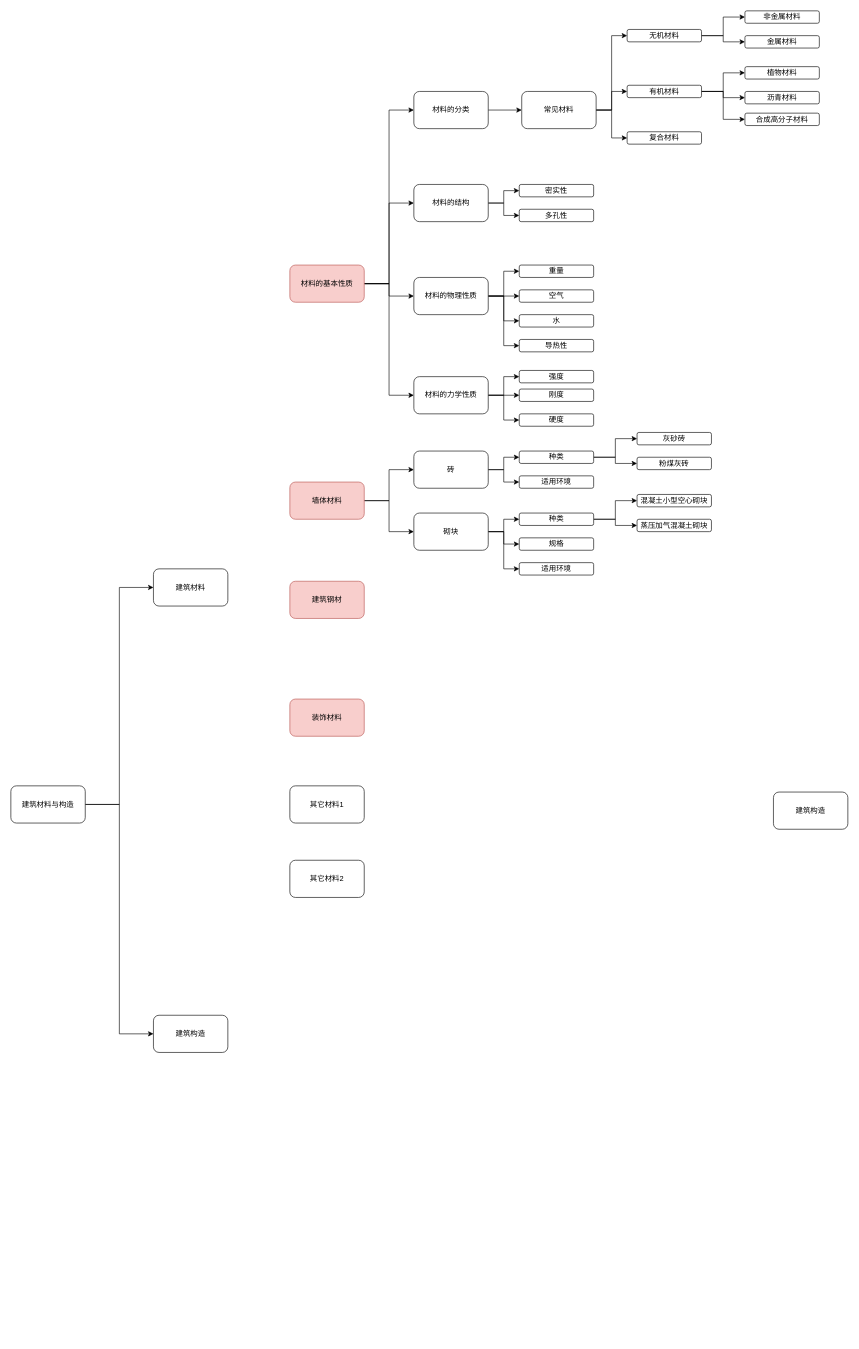
gaochaowyq/MinderGraph keeps this draw.io diagram as 建筑材料与构造.drawio. Above is the earlier version. Source tidied: cells renumbered, new cells numbered last; positions are measured from the earlier drawing's top-left corner, leaving out a move shared by most shapes. Both pictures are drawn from the tidied source at 62%, with x=0, y=0 at pixel (11, 11).
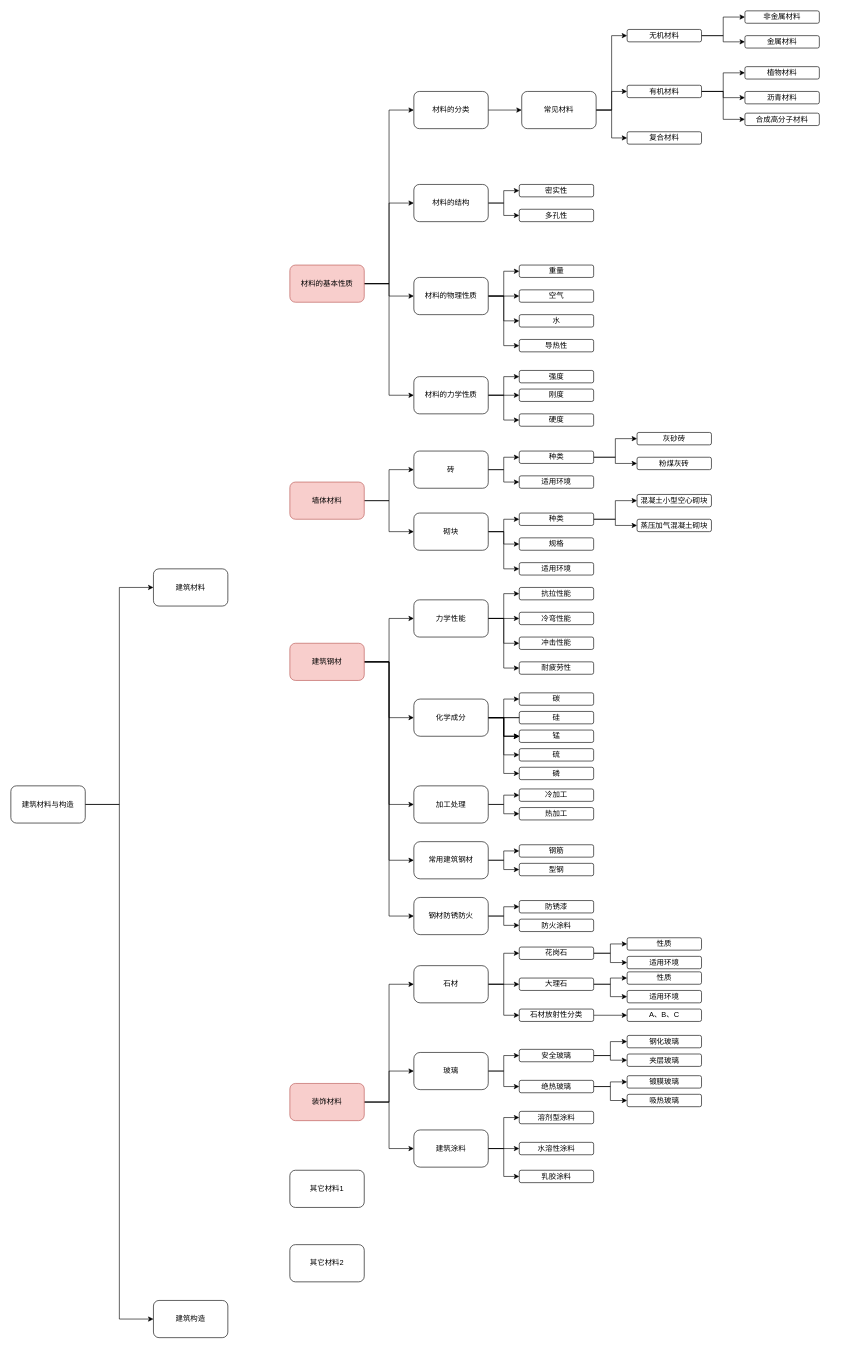
The same page after the edit.

Commit message (it also covers changes not shown here):
Update 建筑材料与构造.drawio

Change to the diagram source:
```diff
@@
-    <mxCell id="5" value="建筑构造" style="rounded=1;whiteSpace=wrap;html=1;" parent="1" vertex="1">
-      <mxGeometry x="1230" y="1260" width="120" height="60" as="geometry" />
-    </mxCell>
@@
     <mxCell id="7" value="建筑构造" style="rounded=1;whiteSpace=wrap;html=1;" parent="1" vertex="1">
-      <mxGeometry x="230" y="1620" width="120" height="60" as="geometry" />
+      <mxGeometry x="230" y="2080" width="120" height="60" as="geometry" />
     </mxCell>
@@
+    <mxCell id="80" style="edgeStyle=orthogonalEdgeStyle;rounded=0;jettySize=auto;html=1;entryX=0;entryY=0.5;entryDx=0;entryDy=0;" parent="1" edge="1" source="16" target="92">
+      <mxGeometry relative="1" as="geometry" />
+    </mxCell>
+    <mxCell id="81" style="edgeStyle=orthogonalEdgeStyle;rounded=0;jettySize=auto;html=1;entryX=0;entryY=0.5;entryDx=0;entryDy=0;" parent="1" edge="1" source="16" target="105">
+      <mxGeometry relative="1" as="geometry" />
+    </mxCell>
+    <mxCell id="82" style="edgeStyle=orthogonalEdgeStyle;rounded=0;jettySize=auto;html=1;entryX=0;entryY=0.5;entryDx=0;entryDy=0;" parent="1" edge="1" source="16" target="113">
+      <mxGeometry relative="1" as="geometry" />
+    </mxCell>
+    <mxCell id="83" style="edgeStyle=orthogonalEdgeStyle;rounded=0;jettySize=auto;html=1;entryX=0;entryY=0.5;entryDx=0;entryDy=0;" parent="1" edge="1" source="16" target="118">
+      <mxGeometry relative="1" as="geometry" />
+    </mxCell>
+    <mxCell id="84" style="edgeStyle=orthogonalEdgeStyle;rounded=0;jettySize=auto;html=1;entryX=0;entryY=0.5;entryDx=0;entryDy=0;" parent="1" edge="1" source="16" target="123">
+      <mxGeometry relative="1" as="geometry" />
+    </mxCell>
     <mxCell id="16" value="建筑钢材" style="rounded=1;whiteSpace=wrap;html=1;fillColor=#f8cecc;strokeColor=#b85450;" parent="1" vertex="1">
-      <mxGeometry x="450" y="920" width="120" height="60" as="geometry" />
+      <mxGeometry x="450" y="1020" width="120" height="60" as="geometry" />
     </mxCell>
+    <mxCell id="85" style="edgeStyle=orthogonalEdgeStyle;rounded=0;jettySize=auto;html=1;entryX=0;entryY=0.5;entryDx=0;entryDy=0;" parent="1" edge="1" source="17" target="129">
+      <mxGeometry relative="1" as="geometry" />
+    </mxCell>
+    <mxCell id="86" style="edgeStyle=orthogonalEdgeStyle;rounded=0;jettySize=auto;html=1;entryX=0;entryY=0.5;entryDx=0;entryDy=0;" parent="1" edge="1" source="17" target="132">
+      <mxGeometry relative="1" as="geometry" />
+    </mxCell>
+    <mxCell id="87" style="edgeStyle=orthogonalEdgeStyle;rounded=0;jettySize=auto;html=1;entryX=0;entryY=0.5;entryDx=0;entryDy=0;" parent="1" edge="1" source="17" target="159">
+      <mxGeometry relative="1" as="geometry" />
+    </mxCell>
     <mxCell id="17" value="装饰材料" style="rounded=1;whiteSpace=wrap;html=1;fillColor=#f8cecc;strokeColor=#b85450;" parent="1" vertex="1">
-      <mxGeometry x="450" y="1110" width="120" height="60" as="geometry" />
+      <mxGeometry x="450" y="1730" width="120" height="60" as="geometry" />
     </mxCell>
     <mxCell id="18" value="其它材料1" style="rounded=1;whiteSpace=wrap;html=1;" parent="1" vertex="1">
-      <mxGeometry x="450" y="1250" width="120" height="60" as="geometry" />
+      <mxGeometry x="450" y="1870" width="120" height="60" as="geometry" />
     </mxCell>
     <mxCell id="19" value="其它材料2" style="rounded=1;whiteSpace=wrap;html=1;" parent="1" vertex="1">
-      <mxGeometry x="450" y="1370" width="120" height="60" as="geometry" />
+      <mxGeometry x="450" y="1990" width="120" height="60" as="geometry" />
     </mxCell>
@@
+    <mxCell id="88" style="edgeStyle=orthogonalEdgeStyle;rounded=0;jettySize=auto;html=1;" parent="1" edge="1" source="92" target="93">
+      <mxGeometry relative="1" as="geometry" />
+    </mxCell>
+    <mxCell id="89" style="edgeStyle=orthogonalEdgeStyle;rounded=0;jettySize=auto;html=1;entryX=0;entryY=0.5;entryDx=0;entryDy=0;" parent="1" edge="1" source="92" target="94">
+      <mxGeometry relative="1" as="geometry" />
+    </mxCell>
+    <mxCell id="90" style="edgeStyle=orthogonalEdgeStyle;rounded=0;jettySize=auto;html=1;entryX=0;entryY=0.5;entryDx=0;entryDy=0;" parent="1" edge="1" source="92" target="95">
+      <mxGeometry relative="1" as="geometry" />
+    </mxCell>
+    <mxCell id="91" style="edgeStyle=orthogonalEdgeStyle;rounded=0;jettySize=auto;html=1;entryX=0;entryY=0.5;entryDx=0;entryDy=0;" parent="1" edge="1" source="92" target="96">
+      <mxGeometry relative="1" as="geometry" />
+    </mxCell>
+    <mxCell id="92" value="力学性能" style="rounded=1;whiteSpace=wrap;html=1;" parent="1" vertex="1">
+      <mxGeometry x="650" y="950" width="120" height="60" as="geometry" />
+    </mxCell>
+    <mxCell id="93" value="抗拉性能" style="rounded=1;whiteSpace=wrap;html=1;" parent="1" vertex="1">
+      <mxGeometry x="820" y="930" width="120" height="20" as="geometry" />
+    </mxCell>
+    <mxCell id="94" value="冷弯性能" style="rounded=1;whiteSpace=wrap;html=1;" parent="1" vertex="1">
+      <mxGeometry x="820" y="970" width="120" height="20" as="geometry" />
+    </mxCell>
+    <mxCell id="95" value="冲击性能" style="rounded=1;whiteSpace=wrap;html=1;" parent="1" vertex="1">
+      <mxGeometry x="820" y="1010" width="120" height="20" as="geometry" />
+    </mxCell>
+    <mxCell id="96" value="耐疲劳性" style="rounded=1;whiteSpace=wrap;html=1;" parent="1" vertex="1">
+      <mxGeometry x="820" y="1050" width="120" height="20" as="geometry" />
+    </mxCell>
+    <mxCell id="97" style="edgeStyle=orthogonalEdgeStyle;rounded=0;jettySize=auto;html=1;" parent="1" edge="1" source="105" target="108">
+      <mxGeometry relative="1" as="geometry" />
+    </mxCell>
+    <mxCell id="98" style="edgeStyle=orthogonalEdgeStyle;rounded=0;jettySize=auto;html=1;" parent="1" edge="1" source="105" target="106">
+      <mxGeometry relative="1" as="geometry" />
+    </mxCell>
+    <mxCell id="99" style="edgeStyle=orthogonalEdgeStyle;rounded=0;jettySize=auto;html=1;" parent="1" edge="1" source="105">
+      <mxGeometry relative="1" as="geometry">
+        <mxPoint x="850" y="1140" as="targetPoint" />
+      </mxGeometry>
+    </mxCell>
+    <mxCell id="100" style="edgeStyle=orthogonalEdgeStyle;rounded=0;jettySize=auto;html=1;" parent="1" edge="1" source="105" target="108">
+      <mxGeometry relative="1" as="geometry" />
+    </mxCell>
+    <mxCell id="101" style="edgeStyle=orthogonalEdgeStyle;rounded=0;jettySize=auto;html=1;" parent="1" edge="1" source="105" target="108">
+      <mxGeometry relative="1" as="geometry" />
+    </mxCell>
+    <mxCell id="102" style="edgeStyle=orthogonalEdgeStyle;rounded=0;jettySize=auto;html=1;" parent="1" edge="1" source="105">
+      <mxGeometry relative="1" as="geometry">
+        <mxPoint x="850" y="1140" as="targetPoint" />
+      </mxGeometry>
+    </mxCell>
+    <mxCell id="103" style="edgeStyle=orthogonalEdgeStyle;rounded=0;jettySize=auto;html=1;entryX=0;entryY=0.5;entryDx=0;entryDy=0;" parent="1" edge="1" source="105" target="109">
+      <mxGeometry relative="1" as="geometry" />
+    </mxCell>
+    <mxCell id="104" style="edgeStyle=orthogonalEdgeStyle;rounded=0;jettySize=auto;html=1;entryX=0;entryY=0.5;entryDx=0;entryDy=0;" parent="1" edge="1" source="105" target="110">
+      <mxGeometry relative="1" as="geometry" />
+    </mxCell>
+    <mxCell id="105" value="化学成分" style="rounded=1;whiteSpace=wrap;html=1;arcSize=17;" parent="1" vertex="1">
+      <mxGeometry x="650" y="1110" width="120" height="60" as="geometry" />
+    </mxCell>
+    <mxCell id="106" value="碳" style="rounded=1;whiteSpace=wrap;html=1;" parent="1" vertex="1">
+      <mxGeometry x="820" y="1100" width="120" height="20" as="geometry" />
+    </mxCell>
+    <mxCell id="107" value="硅" style="rounded=1;whiteSpace=wrap;html=1;" parent="1" vertex="1">
+      <mxGeometry x="820" y="1130" width="120" height="20" as="geometry" />
+    </mxCell>
+    <mxCell id="108" value="锰" style="rounded=1;whiteSpace=wrap;html=1;" parent="1" vertex="1">
+      <mxGeometry x="820" y="1160" width="120" height="20" as="geometry" />
+    </mxCell>
+    <mxCell id="109" value="硫" style="rounded=1;whiteSpace=wrap;html=1;" parent="1" vertex="1">
+      <mxGeometry x="820" y="1190" width="120" height="20" as="geometry" />
+    </mxCell>
+    <mxCell id="110" value="磷" style="rounded=1;whiteSpace=wrap;html=1;" parent="1" vertex="1">
+      <mxGeometry x="820" y="1220" width="120" height="20" as="geometry" />
+    </mxCell>
+    <mxCell id="111" style="edgeStyle=orthogonalEdgeStyle;rounded=0;jettySize=auto;html=1;" parent="1" edge="1" source="113" target="114">
+      <mxGeometry relative="1" as="geometry" />
+    </mxCell>
+    <mxCell id="112" style="edgeStyle=orthogonalEdgeStyle;rounded=0;jettySize=auto;html=1;" parent="1" edge="1" source="113" target="115">
+      <mxGeometry relative="1" as="geometry" />
+    </mxCell>
+    <mxCell id="113" value="加工处理" style="rounded=1;whiteSpace=wrap;html=1;arcSize=17;" parent="1" vertex="1">
+      <mxGeometry x="650" y="1250" width="120" height="60" as="geometry" />
+    </mxCell>
+    <mxCell id="114" value="冷加工" style="rounded=1;whiteSpace=wrap;html=1;" parent="1" vertex="1">
+      <mxGeometry x="820" y="1255" width="120" height="20" as="geometry" />
+    </mxCell>
+    <mxCell id="115" value="热加工" style="rounded=1;whiteSpace=wrap;html=1;" parent="1" vertex="1">
+      <mxGeometry x="820" y="1285" width="120" height="20" as="geometry" />
+    </mxCell>
+    <mxCell id="116" style="edgeStyle=orthogonalEdgeStyle;rounded=0;jettySize=auto;html=1;" parent="1" edge="1" source="118" target="119">
+      <mxGeometry relative="1" as="geometry" />
+    </mxCell>
+    <mxCell id="117" style="edgeStyle=orthogonalEdgeStyle;rounded=0;jettySize=auto;html=1;" parent="1" edge="1" source="118" target="120">
+      <mxGeometry relative="1" as="geometry" />
+    </mxCell>
+    <mxCell id="118" value="常用建筑钢材" style="rounded=1;whiteSpace=wrap;html=1;arcSize=17;" parent="1" vertex="1">
+      <mxGeometry x="650" y="1340" width="120" height="60" as="geometry" />
+    </mxCell>
+    <mxCell id="119" value="钢筋" style="rounded=1;whiteSpace=wrap;html=1;" parent="1" vertex="1">
+      <mxGeometry x="820" y="1345" width="120" height="20" as="geometry" />
+    </mxCell>
+    <mxCell id="120" value="型钢" style="rounded=1;whiteSpace=wrap;html=1;" parent="1" vertex="1">
+      <mxGeometry x="820" y="1375" width="120" height="20" as="geometry" />
+    </mxCell>
+    <mxCell id="121" style="edgeStyle=orthogonalEdgeStyle;rounded=0;jettySize=auto;html=1;" parent="1" edge="1" source="123" target="124">
+      <mxGeometry relative="1" as="geometry" />
+    </mxCell>
+    <mxCell id="122" style="edgeStyle=orthogonalEdgeStyle;rounded=0;jettySize=auto;html=1;" parent="1" edge="1" source="123" target="125">
+      <mxGeometry relative="1" as="geometry" />
+    </mxCell>
+    <mxCell id="123" value="钢材防锈防火" style="rounded=1;whiteSpace=wrap;html=1;arcSize=17;" parent="1" vertex="1">
+      <mxGeometry x="650" y="1430" width="120" height="60" as="geometry" />
+    </mxCell>
+    <mxCell id="124" value="防锈漆" style="rounded=1;whiteSpace=wrap;html=1;" parent="1" vertex="1">
+      <mxGeometry x="820" y="1435" width="120" height="20" as="geometry" />
+    </mxCell>
+    <mxCell id="125" value="防火涂料" style="rounded=1;whiteSpace=wrap;html=1;" parent="1" vertex="1">
+      <mxGeometry x="820" y="1465" width="120" height="20" as="geometry" />
+    </mxCell>
+    <mxCell id="126" style="edgeStyle=orthogonalEdgeStyle;rounded=0;jettySize=auto;html=1;entryX=0;entryY=0.5;entryDx=0;entryDy=0;" parent="1" edge="1" source="129" target="135">
+      <mxGeometry relative="1" as="geometry" />
+    </mxCell>
+    <mxCell id="127" style="edgeStyle=orthogonalEdgeStyle;rounded=0;jettySize=auto;html=1;" parent="1" edge="1" source="129" target="138">
+      <mxGeometry relative="1" as="geometry" />
+    </mxCell>
+    <mxCell id="128" style="edgeStyle=orthogonalEdgeStyle;rounded=0;jettySize=auto;html=1;entryX=0;entryY=0.5;entryDx=0;entryDy=0;" parent="1" edge="1" source="129" target="140">
+      <mxGeometry relative="1" as="geometry" />
+    </mxCell>
+    <mxCell id="129" value="石材" style="rounded=1;whiteSpace=wrap;html=1;arcSize=17;" parent="1" vertex="1">
+      <mxGeometry x="650" y="1540" width="120" height="60" as="geometry" />
+    </mxCell>
+    <mxCell id="130" style="edgeStyle=orthogonalEdgeStyle;rounded=0;jettySize=auto;html=1;entryX=0;entryY=0.5;entryDx=0;entryDy=0;" parent="1" edge="1" source="132" target="148">
+      <mxGeometry relative="1" as="geometry" />
+    </mxCell>
+    <mxCell id="131" style="edgeStyle=orthogonalEdgeStyle;rounded=0;jettySize=auto;html=1;" parent="1" edge="1" source="132" target="151">
+      <mxGeometry relative="1" as="geometry" />
+    </mxCell>
+    <mxCell id="132" value="玻璃" style="rounded=1;whiteSpace=wrap;html=1;arcSize=17;" parent="1" vertex="1">
+      <mxGeometry x="650" y="1680" width="120" height="60" as="geometry" />
+    </mxCell>
+    <mxCell id="133" style="edgeStyle=orthogonalEdgeStyle;rounded=0;jettySize=auto;html=1;" parent="1" edge="1" source="135" target="141">
+      <mxGeometry relative="1" as="geometry" />
+    </mxCell>
+    <mxCell id="134" style="edgeStyle=orthogonalEdgeStyle;rounded=0;jettySize=auto;html=1;" parent="1" edge="1" source="135" target="142">
+      <mxGeometry relative="1" as="geometry" />
+    </mxCell>
+    <mxCell id="135" value="花岗石" style="rounded=1;whiteSpace=wrap;html=1;" parent="1" vertex="1">
+      <mxGeometry x="820" y="1510" width="120" height="20" as="geometry" />
+    </mxCell>
+    <mxCell id="136" style="edgeStyle=orthogonalEdgeStyle;rounded=0;jettySize=auto;html=1;" parent="1" edge="1" source="138" target="143">
+      <mxGeometry relative="1" as="geometry" />
+    </mxCell>
+    <mxCell id="137" style="edgeStyle=orthogonalEdgeStyle;rounded=0;jettySize=auto;html=1;entryX=0;entryY=0.5;entryDx=0;entryDy=0;" parent="1" edge="1" source="138" target="144">
+      <mxGeometry relative="1" as="geometry" />
+    </mxCell>
+    <mxCell id="138" value="大理石" style="rounded=1;whiteSpace=wrap;html=1;" parent="1" vertex="1">
+      <mxGeometry x="820" y="1560" width="120" height="20" as="geometry" />
+    </mxCell>
+    <mxCell id="139" style="edgeStyle=orthogonalEdgeStyle;rounded=0;jettySize=auto;html=1;" parent="1" edge="1" source="140" target="145">
+      <mxGeometry relative="1" as="geometry" />
+    </mxCell>
+    <mxCell id="140" value="石材放射性分类" style="rounded=1;whiteSpace=wrap;html=1;" parent="1" vertex="1">
+      <mxGeometry x="820" y="1610" width="120" height="20" as="geometry" />
+    </mxCell>
+    <mxCell id="141" value="性质" style="rounded=1;whiteSpace=wrap;html=1;" parent="1" vertex="1">
+      <mxGeometry x="994" y="1495" width="120" height="20" as="geometry" />
+    </mxCell>
+    <mxCell id="142" value="适用环境" style="rounded=1;whiteSpace=wrap;html=1;" parent="1" vertex="1">
+      <mxGeometry x="994" y="1525" width="120" height="20" as="geometry" />
+    </mxCell>
+    <mxCell id="143" value="性质" style="rounded=1;whiteSpace=wrap;html=1;" parent="1" vertex="1">
+      <mxGeometry x="994" y="1550" width="120" height="20" as="geometry" />
+    </mxCell>
+    <mxCell id="144" value="适用环境" style="rounded=1;whiteSpace=wrap;html=1;" parent="1" vertex="1">
+      <mxGeometry x="994" y="1580" width="120" height="20" as="geometry" />
+    </mxCell>
+    <mxCell id="145" value="A、B、C" style="rounded=1;whiteSpace=wrap;html=1;" parent="1" vertex="1">
+      <mxGeometry x="994" y="1610" width="120" height="20" as="geometry" />
+    </mxCell>
+    <mxCell id="146" style="edgeStyle=orthogonalEdgeStyle;rounded=0;jettySize=auto;html=1;entryX=0;entryY=0.5;entryDx=0;entryDy=0;" parent="1" edge="1" source="148" target="152">
+      <mxGeometry relative="1" as="geometry" />
+    </mxCell>
+    <mxCell id="147" style="edgeStyle=orthogonalEdgeStyle;rounded=0;jettySize=auto;html=1;" parent="1" edge="1" source="148" target="153">
+      <mxGeometry relative="1" as="geometry" />
+    </mxCell>
+    <mxCell id="148" value="安全玻璃" style="rounded=1;whiteSpace=wrap;html=1;" parent="1" vertex="1">
+      <mxGeometry x="820" y="1675" width="120" height="20" as="geometry" />
+    </mxCell>
+    <mxCell id="149" style="edgeStyle=orthogonalEdgeStyle;rounded=0;jettySize=auto;html=1;" parent="1" edge="1" source="151" target="154">
+      <mxGeometry relative="1" as="geometry" />
+    </mxCell>
+    <mxCell id="150" style="edgeStyle=orthogonalEdgeStyle;rounded=0;jettySize=auto;html=1;entryX=0;entryY=0.5;entryDx=0;entryDy=0;" parent="1" edge="1" source="151" target="155">
+      <mxGeometry relative="1" as="geometry" />
+    </mxCell>
+    <mxCell id="151" value="绝热玻璃" style="rounded=1;whiteSpace=wrap;html=1;" parent="1" vertex="1">
+      <mxGeometry x="820" y="1725" width="120" height="20" as="geometry" />
+    </mxCell>
+    <mxCell id="152" value="钢化玻璃" style="rounded=1;whiteSpace=wrap;html=1;" parent="1" vertex="1">
+      <mxGeometry x="994" y="1652.5" width="120" height="20" as="geometry" />
+    </mxCell>
+    <mxCell id="153" value="夹层玻璃" style="rounded=1;whiteSpace=wrap;html=1;" parent="1" vertex="1">
+      <mxGeometry x="994" y="1682.5" width="120" height="20" as="geometry" />
+    </mxCell>
+    <mxCell id="154" value="镀膜玻璃" style="rounded=1;whiteSpace=wrap;html=1;" parent="1" vertex="1">
+      <mxGeometry x="994" y="1717.5" width="120" height="20" as="geometry" />
+    </mxCell>
+    <mxCell id="155" value="吸热玻璃" style="rounded=1;whiteSpace=wrap;html=1;" parent="1" vertex="1">
+      <mxGeometry x="994" y="1747.5" width="120" height="20" as="geometry" />
+    </mxCell>
+    <mxCell id="156" style="edgeStyle=orthogonalEdgeStyle;rounded=0;jettySize=auto;html=1;entryX=0;entryY=0.5;entryDx=0;entryDy=0;" parent="1" edge="1" source="159" target="160">
+      <mxGeometry relative="1" as="geometry" />
+    </mxCell>
+    <mxCell id="157" style="edgeStyle=orthogonalEdgeStyle;rounded=0;jettySize=auto;html=1;" parent="1" edge="1" source="159" target="161">
+      <mxGeometry relative="1" as="geometry" />
+    </mxCell>
+    <mxCell id="158" style="edgeStyle=orthogonalEdgeStyle;rounded=0;jettySize=auto;html=1;entryX=0;entryY=0.5;entryDx=0;entryDy=0;" parent="1" edge="1" source="159" target="162">
+      <mxGeometry relative="1" as="geometry" />
+    </mxCell>
+    <mxCell id="159" value="建筑涂料" style="rounded=1;whiteSpace=wrap;html=1;arcSize=17;" parent="1" vertex="1">
+      <mxGeometry x="650" y="1805" width="120" height="60" as="geometry" />
+    </mxCell>
+    <mxCell id="160" value="溶剂型涂料" style="rounded=1;whiteSpace=wrap;html=1;" parent="1" vertex="1">
+      <mxGeometry x="820" y="1775" width="120" height="20" as="geometry" />
+    </mxCell>
+    <mxCell id="161" value="水溶性涂料" style="rounded=1;whiteSpace=wrap;html=1;" parent="1" vertex="1">
+      <mxGeometry x="820" y="1825" width="120" height="20" as="geometry" />
+    </mxCell>
+    <mxCell id="162" value="乳胶涂料" style="rounded=1;whiteSpace=wrap;html=1;" parent="1" vertex="1">
+      <mxGeometry x="820" y="1870" width="120" height="20" as="geometry" />
+    </mxCell>
```
